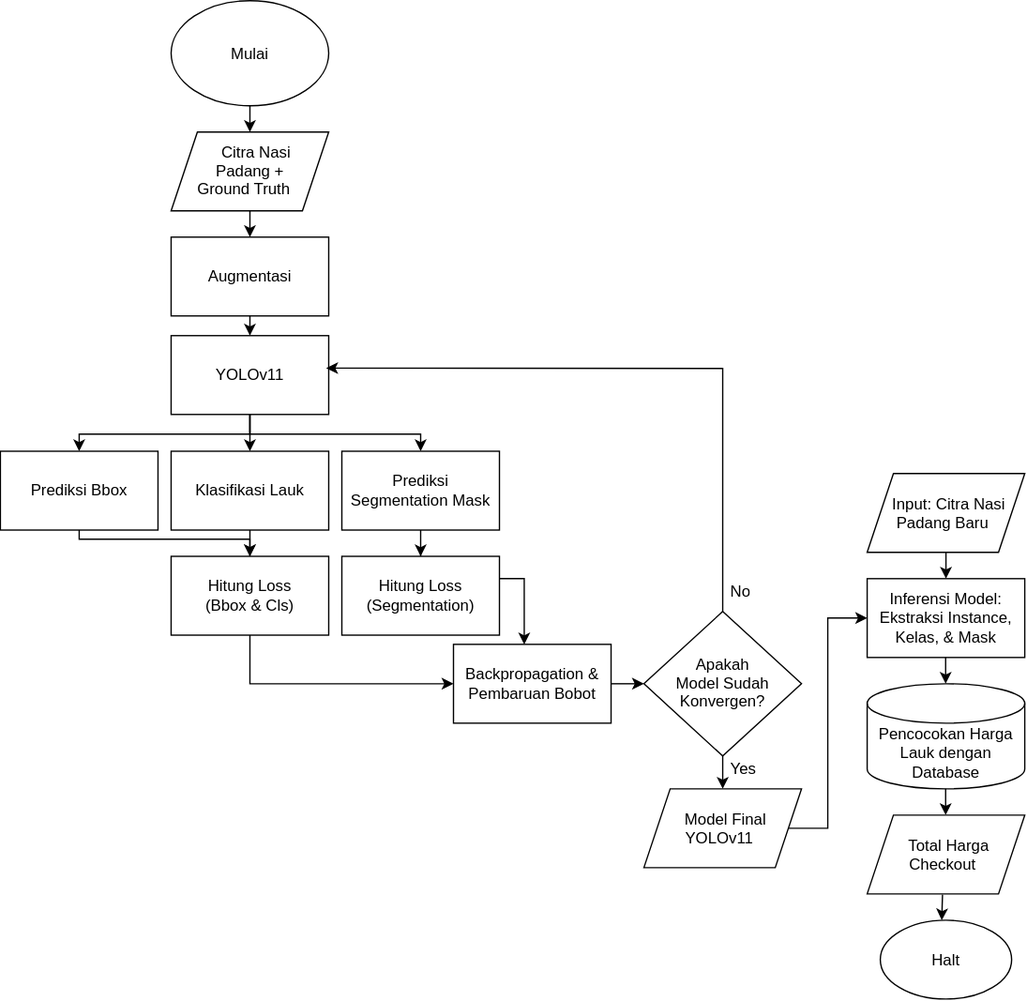
This is figures/alur_sistem.svg from MystiaFin/thesis, a draw.io export, as it was before one commit. Source tidied: cells renumbered, new cells last; positions are measured from the earlier drawing's top-left corner, leaving out a move shared by most shapes.
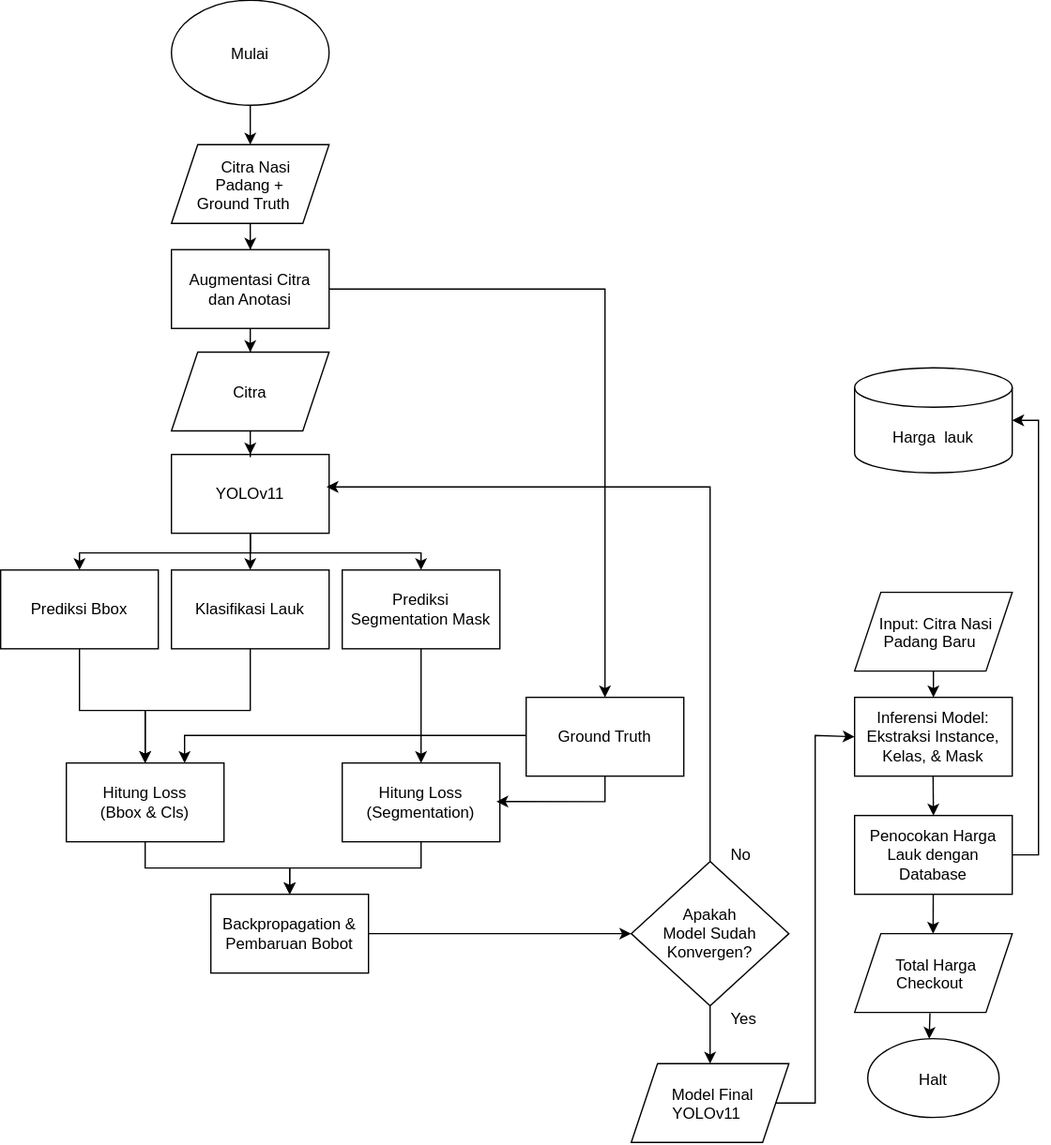
The same file after the commit.

Diff of the diagram source:
```diff
@@ -2,17 +2,26 @@
   <root>
     <mxCell id="0" />
     <mxCell id="1" parent="0" />
+    <mxCell id="10" style="edgeStyle=orthogonalEdgeStyle;rounded=0;jettySize=auto;html=1;entryX=0.5;entryY=0;entryDx=0;entryDy=0;" parent="1" edge="1" source="2" target="3">
+      <mxGeometry relative="1" as="geometry" />
+    </mxCell>
-    <mxCell id="2" value="&lt;span style=&quot;background-color: transparent; color: light-dark(rgb(0, 0, 0), rgb(255, 255, 255));&quot;&gt;Citra Nasi Padang + Ground Truth&lt;/span&gt;" style="shape=parallelogram;perimeter=parallelogramPerimeter;whiteSpace=wrap;html=1;shapeInside=1;fixedSize=1;" parent="1" vertex="1">
+    <mxCell id="2" value="&lt;span style=&quot;background-color: transparent; color: light-dark(rgb(0, 0, 0), rgb(255, 255, 255));&quot;&gt;Citra Nasi Padang&lt;/span&gt;&amp;nbsp;+ Ground Truth&lt;div&gt;&lt;br&gt;&lt;/div&gt;" style="shape=parallelogram;perimeter=parallelogramPerimeter;whiteSpace=wrap;html=1;shapeInside=1;fixedSize=1;" parent="1" vertex="1">
       <mxGeometry x="130" y="100" width="120" height="60" as="geometry" />
     </mxCell>
+    <mxCell id="41" style="edgeStyle=orthogonalEdgeStyle;rounded=0;jettySize=auto;html=1;entryX=0.5;entryY=0;entryDx=0;entryDy=0;" parent="1" edge="1" source="3" target="48">
+      <mxGeometry relative="1" as="geometry" />
+    </mxCell>
+    <mxCell id="42" style="edgeStyle=orthogonalEdgeStyle;rounded=0;jettySize=auto;html=1;" parent="1" edge="1" source="3" target="46">
+      <mxGeometry relative="1" as="geometry" />
+    </mxCell>
-    <mxCell id="3" value="Augmentasi" style="rounded=0;whiteSpace=wrap;html=1;" parent="1" vertex="1">
+    <mxCell id="3" value="&lt;div&gt;Augmentasi Citra&lt;/div&gt;&lt;div&gt;dan Anotasi&lt;/div&gt;" style="rounded=0;whiteSpace=wrap;html=1;" parent="1" vertex="1">
       <mxGeometry x="130" y="180" width="120" height="60" as="geometry" />
     </mxCell>
     <mxCell id="4" style="edgeStyle=orthogonalEdgeStyle;rounded=0;jettySize=auto;html=1;entryX=0.5;entryY=0;entryDx=0;entryDy=0;" parent="1" edge="1" source="7" target="36">
       <mxGeometry relative="1" as="geometry">
         <Array as="points">
-          <mxPoint x="190" y="330" />
-          <mxPoint x="60" y="330" />
+          <mxPoint x="190" y="411" />
+          <mxPoint x="60" y="411" />
         </Array>
       </mxGeometry>
     </mxCell>
@@ -22,86 +31,83 @@
     <mxCell id="6" style="edgeStyle=orthogonalEdgeStyle;rounded=0;jettySize=auto;html=1;entryX=0.5;entryY=0;entryDx=0;entryDy=0;" parent="1" edge="1" source="7" target="20">
       <mxGeometry relative="1" as="geometry">
         <Array as="points">
-          <mxPoint x="190" y="330" />
-          <mxPoint x="320" y="330" />
+          <mxPoint x="190" y="411" />
+          <mxPoint x="320" y="411" />
         </Array>
       </mxGeometry>
     </mxCell>
     <mxCell id="7" value="YOLOv11" style="rounded=0;whiteSpace=wrap;html=1;" parent="1" vertex="1">
-      <mxGeometry x="130" y="255" width="120" height="60" as="geometry" />
+      <mxGeometry x="130" y="336" width="120" height="60" as="geometry" />
     </mxCell>
+    <mxCell id="26" style="edgeStyle=orthogonalEdgeStyle;rounded=0;jettySize=auto;html=1;entryX=0;entryY=0.5;entryDx=0;entryDy=0;" parent="1" edge="1" source="8" target="9">
+      <mxGeometry relative="1" as="geometry" />
+    </mxCell>
     <mxCell id="8" value="Backpropagation &amp;amp; Pembaruan Bobot" style="rounded=0;whiteSpace=wrap;html=1;" parent="1" vertex="1">
-      <mxGeometry x="345" y="490" width="120" height="60" as="geometry" />
+      <mxGeometry x="160" y="671" width="120" height="60" as="geometry" />
     </mxCell>
     <mxCell id="9" value="Apakah Model Sudah Konvergen?" style="rhombus;whiteSpace=wrap;html=1;shapeInside=1;" parent="1" vertex="1">
-      <mxGeometry x="490" y="465" width="120" height="110" as="geometry" />
+      <mxGeometry x="480" y="646" width="120" height="110" as="geometry" />
     </mxCell>
-    <mxCell id="10" style="endArrow=classic;html=1;rounded=0;exitX=0.5;exitY=1;exitDx=0;exitDy=0;entryX=0.5;entryY=0;entryDx=0;entryDy=0;" parent="1" edge="1" source="2" target="3">
-      <mxGeometry relative="1" as="geometry" />
-    </mxCell>
-    <mxCell id="11" style="endArrow=classic;html=1;rounded=0;exitX=0.5;exitY=1;exitDx=0;exitDy=0;entryX=0.5;entryY=0;entryDx=0;entryDy=0;" parent="1" edge="1" source="3" target="7">
-      <mxGeometry relative="1" as="geometry" />
-    </mxCell>
     <mxCell id="12" value="Input: Citra Nasi Padang Baru" style="shape=parallelogram;perimeter=parallelogramPerimeter;whiteSpace=wrap;html=1;shapeInside=1;fixedSize=1;" parent="1" vertex="1">
-      <mxGeometry x="660" y="360" width="120" height="60" as="geometry" />
+      <mxGeometry x="650" y="441" width="120" height="60" as="geometry" />
     </mxCell>
     <mxCell id="13" value="Inferensi Model: Ekstraksi Instance, Kelas, &amp;amp; Mask" style="rounded=0;whiteSpace=wrap;html=1;" parent="1" vertex="1">
-      <mxGeometry x="660" y="440" width="120" height="60" as="geometry" />
+      <mxGeometry x="650" y="521" width="120" height="60" as="geometry" />
     </mxCell>
-    <mxCell id="14" value="Pencocokan Harga Lauk dengan Database" style="shape=cylinder3;whiteSpace=wrap;html=1;boundedLbl=1;backgroundOutline=1;size=15;" parent="1" vertex="1">
-      <mxGeometry x="660" y="520" width="120" height="80" as="geometry" />
+    <mxCell id="14" value="Harga&amp;nbsp; lauk" style="shape=cylinder3;whiteSpace=wrap;html=1;boundedLbl=1;backgroundOutline=1;size=15;" parent="1" vertex="1">
+      <mxGeometry x="650" y="270" width="120" height="80" as="geometry" />
     </mxCell>
     <mxCell id="15" value="Halt" style="ellipse;whiteSpace=wrap;html=1;shapeInside=1;" parent="1" vertex="1">
-      <mxGeometry x="670" y="700" width="100" height="60" as="geometry" />
+      <mxGeometry x="660" y="781" width="100" height="60" as="geometry" />
     </mxCell>
     <mxCell id="16" style="endArrow=classic;html=1;rounded=0;exitX=0.5;exitY=1;exitDx=0;exitDy=0;entryX=0.5;entryY=0;entryDx=0;entryDy=0;" parent="1" edge="1" source="12" target="13">
       <mxGeometry relative="1" as="geometry" />
     </mxCell>
-    <mxCell id="17" style="endArrow=classic;html=1;rounded=0;exitX=0.5;exitY=1;exitDx=0;exitDy=0;entryX=0.5;entryY=0;entryDx=0;entryDy=0;" parent="1" edge="1">
+    <mxCell id="17" style="endArrow=classic;html=1;rounded=0;exitX=0.5;exitY=1;exitDx=0;exitDy=0;entryX=0.5;entryY=0;entryDx=0;entryDy=0;" parent="1" edge="1" target="50">
       <mxGeometry relative="1" as="geometry">
-        <mxPoint x="719.8" y="500" as="sourcePoint" />
-        <mxPoint x="719.8" y="520" as="targetPoint" />
+        <mxPoint x="709.8" y="581" as="sourcePoint" />
       </mxGeometry>
     </mxCell>
-    <mxCell id="18" style="endArrow=classic;html=1;rounded=0;exitX=0.5;exitY=1;exitDx=0;exitDy=0;entryX=0.5;entryY=0;entryDx=0;entryDy=0;" parent="1" edge="1">
+    <mxCell id="18" style="endArrow=classic;html=1;rounded=0;entryX=0.5;entryY=0;entryDx=0;entryDy=0;" parent="1" edge="1" source="50">
       <mxGeometry relative="1" as="geometry">
-        <mxPoint x="719.8" y="600" as="sourcePoint" />
-        <mxPoint x="719.8" y="620" as="targetPoint" />
+        <mxPoint x="709.8" y="701" as="targetPoint" />
       </mxGeometry>
     </mxCell>
     <mxCell id="19" style="edgeStyle=orthogonalEdgeStyle;rounded=0;jettySize=auto;html=1;entryX=0.5;entryY=0;entryDx=0;entryDy=0;" parent="1" edge="1" source="20" target="40">
       <mxGeometry relative="1" as="geometry" />
     </mxCell>
     <mxCell id="20" value="Prediksi Segmentation Mask" style="rounded=0;whiteSpace=wrap;html=1;" parent="1" vertex="1">
-      <mxGeometry x="260" y="343" width="120" height="60" as="geometry" />
+      <mxGeometry x="260" y="424" width="120" height="60" as="geometry" />
     </mxCell>
     <mxCell id="21" style="edgeStyle=orthogonalEdgeStyle;rounded=0;jettySize=auto;html=1;" parent="1" edge="1" source="22" target="38">
-      <mxGeometry relative="1" as="geometry" />
+      <mxGeometry relative="1" as="geometry">
+        <Array as="points">
+          <mxPoint x="190" y="531" />
+          <mxPoint x="110" y="531" />
+        </Array>
+      </mxGeometry>
     </mxCell>
     <mxCell id="22" value="Klasifikasi Lauk" style="rounded=0;whiteSpace=wrap;html=1;" parent="1" vertex="1">
-      <mxGeometry x="130" y="343" width="120" height="60" as="geometry" />
+      <mxGeometry x="130" y="424" width="120" height="60" as="geometry" />
     </mxCell>
     <mxCell id="23" value="&amp;nbsp;" style="text;whiteSpace=wrap;html=1;" parent="1" vertex="1">
-      <mxGeometry x="190" y="610" width="40" height="40" as="geometry" />
+      <mxGeometry x="190" y="691" width="40" height="40" as="geometry" />
     </mxCell>
+    <mxCell id="25" style="edgeStyle=orthogonalEdgeStyle;rounded=0;jettySize=auto;html=1;entryX=0.5;entryY=0;entryDx=0;entryDy=0;" parent="1" edge="1" source="24" target="2">
+      <mxGeometry relative="1" as="geometry" />
+    </mxCell>
     <mxCell id="24" value="Mulai" style="ellipse;whiteSpace=wrap;html=1;shapeInside=1;" parent="1" vertex="1">
-      <mxGeometry x="130" width="120" height="80" as="geometry" />
+      <mxGeometry x="130" y="-10" width="120" height="80" as="geometry" />
     </mxCell>
-    <mxCell id="25" style="endArrow=classic;html=1;rounded=0;exitX=0.5;exitY=1;exitDx=0;exitDy=0;entryX=0.5;entryY=0;entryDx=0;entryDy=0;" parent="1" edge="1" source="24" target="2">
-      <mxGeometry relative="1" as="geometry" />
-    </mxCell>
-    <mxCell id="26" style="endArrow=classic;html=1;rounded=0;entryX=0;entryY=0.5;entryDx=0;entryDy=0;exitX=1;exitY=0.5;exitDx=0;exitDy=0;" parent="1" edge="1" source="8" target="9">
-      <mxGeometry relative="1" as="geometry" />
-    </mxCell>
     <mxCell id="27" style="endArrow=classic;html=1;rounded=0;exitX=0.5;exitY=0;exitDx=0;exitDy=0;entryX=0.984;entryY=0.412;entryDx=0;entryDy=0;entryPerimeter=0;" parent="1" edge="1" source="9" target="7">
       <mxGeometry relative="1" as="geometry">
         <Array as="points">
-          <mxPoint x="550" y="280" />
+          <mxPoint x="540" y="360.7" />
         </Array>
       </mxGeometry>
     </mxCell>
     <mxCell id="28" value="Model Final YOLOv11" style="shape=parallelogram;perimeter=parallelogramPerimeter;whiteSpace=wrap;html=1;shapeInside=1;fixedSize=1;" parent="1" vertex="1">
-      <mxGeometry x="490" y="600" width="120" height="60" as="geometry" />
+      <mxGeometry x="480" y="800" width="120" height="60" as="geometry" />
     </mxCell>
     <mxCell id="29" style="endArrow=classic;html=1;rounded=0;exitX=0.5;exitY=1;exitDx=0;exitDy=0;entryX=0.5;entryY=0;entryDx=0;entryDy=0;" parent="1" edge="1" source="9" target="28">
       <mxGeometry relative="1" as="geometry" />
@@ -109,53 +115,98 @@
     <mxCell id="30" style="endArrow=classic;html=1;rounded=0;exitX=1;exitY=0.5;exitDx=0;exitDy=0;entryX=0;entryY=0.5;entryDx=0;entryDy=0;" parent="1" edge="1" source="28" target="13">
       <mxGeometry relative="1" as="geometry">
         <Array as="points">
-          <mxPoint x="630" y="630" />
-          <mxPoint x="630" y="470" />
+          <mxPoint x="620" y="830" />
+          <mxPoint x="620" y="550" />
         </Array>
       </mxGeometry>
     </mxCell>
     <mxCell id="31" value="Total Harga Checkout" style="shape=parallelogram;perimeter=parallelogramPerimeter;whiteSpace=wrap;html=1;shapeInside=1;fixedSize=1;" parent="1" vertex="1">
-      <mxGeometry x="660" y="620" width="120" height="60" as="geometry" />
+      <mxGeometry x="650" y="701" width="120" height="60" as="geometry" />
     </mxCell>
     <mxCell id="32" style="endArrow=classic;html=1;rounded=0;exitX=0.478;exitY=1.009;exitDx=0;exitDy=0;exitPerimeter=0;entryX=0.468;entryY=0.001;entryDx=0;entryDy=0;entryPerimeter=0;" parent="1" edge="1" source="31" target="15">
       <mxGeometry relative="1" as="geometry" />
     </mxCell>
     <mxCell id="33" value="Yes" style="text;strokeColor=none;fillColor=none;align=left;verticalAlign=middle;spacingLeft=4;spacingRight=4;overflow=hidden;whiteSpace=wrap;html=1;" parent="1" vertex="1">
-      <mxGeometry x="550" y="570" width="80" height="30" as="geometry" />
+      <mxGeometry x="550" y="751" width="80" height="30" as="geometry" />
     </mxCell>
     <mxCell id="34" value="No" style="text;strokeColor=none;fillColor=none;align=left;verticalAlign=middle;spacingLeft=4;spacingRight=4;overflow=hidden;whiteSpace=wrap;html=1;" parent="1" vertex="1">
-      <mxGeometry x="550" y="435" width="80" height="30" as="geometry" />
+      <mxGeometry x="550" y="626" width="80" height="30" as="geometry" />
     </mxCell>
     <mxCell id="35" style="edgeStyle=orthogonalEdgeStyle;rounded=0;jettySize=auto;html=1;" parent="1" edge="1" source="36" target="38">
       <mxGeometry relative="1" as="geometry">
         <Array as="points">
-          <mxPoint x="60" y="410" />
-          <mxPoint x="190" y="410" />
+          <mxPoint x="60" y="531" />
+          <mxPoint x="110" y="531" />
         </Array>
       </mxGeometry>
     </mxCell>
     <mxCell id="36" value="Prediksi Bbox" style="rounded=0;whiteSpace=wrap;html=1;" parent="1" vertex="1">
-      <mxGeometry y="343" width="120" height="60" as="geometry" />
+      <mxGeometry y="424" width="120" height="60" as="geometry" />
     </mxCell>
-    <mxCell id="37" style="edgeStyle=orthogonalEdgeStyle;rounded=0;jettySize=auto;html=1;entryX=0;entryY=0.5;entryDx=0;entryDy=0;" parent="1" edge="1" source="38" target="8">
+    <mxCell id="37" style="edgeStyle=orthogonalEdgeStyle;rounded=0;jettySize=auto;html=1;entryX=0.5;entryY=0;entryDx=0;entryDy=0;" parent="1" edge="1" source="38" target="8">
       <mxGeometry relative="1" as="geometry">
         <Array as="points">
-          <mxPoint x="190" y="520" />
+          <mxPoint x="110" y="651" />
+          <mxPoint x="220" y="651" />
         </Array>
       </mxGeometry>
     </mxCell>
     <mxCell id="38" value="Hitung Loss&lt;div&gt;(Bbox &amp;amp; Cls)&lt;/div&gt;" style="rounded=0;whiteSpace=wrap;html=1;" parent="1" vertex="1">
-      <mxGeometry x="130" y="423" width="120" height="60" as="geometry" />
+      <mxGeometry x="50" y="571" width="120" height="60" as="geometry" />
     </mxCell>
-    <mxCell id="39" style="edgeStyle=orthogonalEdgeStyle;rounded=0;jettySize=auto;html=1;entryX=0.449;entryY=0.002;entryDx=0;entryDy=0;entryPerimeter=0;" parent="1" edge="1" source="40" target="8">
+    <mxCell id="39" style="edgeStyle=orthogonalEdgeStyle;rounded=0;jettySize=auto;html=1;" parent="1" edge="1" source="40" target="8">
       <mxGeometry relative="1" as="geometry">
         <Array as="points">
-          <mxPoint x="398.9" y="440" />
+          <mxPoint x="320" y="651" />
+          <mxPoint x="220" y="651" />
         </Array>
       </mxGeometry>
     </mxCell>
     <mxCell id="40" value="Hitung Loss&lt;div&gt;(Segmentation)&lt;/div&gt;" style="rounded=0;whiteSpace=wrap;html=1;" parent="1" vertex="1">
-      <mxGeometry x="260" y="423" width="120" height="60" as="geometry" />
+      <mxGeometry x="260" y="571" width="120" height="60" as="geometry" />
     </mxCell>
+    <mxCell id="43" style="edgeStyle=orthogonalEdgeStyle;rounded=0;jettySize=auto;html=1;entryX=0.75;entryY=0;entryDx=0;entryDy=0;" parent="1" edge="1" target="38">
+      <mxGeometry relative="1" as="geometry">
+        <mxPoint x="410" y="541" as="sourcePoint" />
+        <Array as="points">
+          <mxPoint x="410" y="550" />
+          <mxPoint x="140" y="550" />
+        </Array>
+      </mxGeometry>
+    </mxCell>
+    <mxCell id="44" value="&amp;nbsp;" style="text;whiteSpace=wrap;html=1;" parent="1" vertex="1">
+      <mxGeometry x="60" y="431" width="40" height="40" as="geometry" />
+    </mxCell>
+    <mxCell id="45" style="edgeStyle=orthogonalEdgeStyle;rounded=0;jettySize=auto;html=1;entryX=0.978;entryY=0.49;entryDx=0;entryDy=0;entryPerimeter=0;" parent="1" edge="1" target="40">
+      <mxGeometry relative="1" as="geometry">
+        <mxPoint x="460" y="571" as="sourcePoint" />
+        <Array as="points">
+          <mxPoint x="460" y="600.4" />
+        </Array>
+      </mxGeometry>
+    </mxCell>
+    <mxCell id="46" value="&lt;div&gt;Ground Truth&lt;/div&gt;" style="rounded=0;whiteSpace=wrap;html=1;" parent="1" vertex="1">
+      <mxGeometry x="400" y="521" width="120" height="60" as="geometry" />
+    </mxCell>
+    <mxCell id="47" style="edgeStyle=orthogonalEdgeStyle;rounded=0;jettySize=auto;html=1;entryX=0.5;entryY=0;entryDx=0;entryDy=0;" parent="1" edge="1" source="48" target="7">
+      <mxGeometry relative="1" as="geometry" />
+    </mxCell>
+    <mxCell id="48" value="Citra" style="shape=parallelogram;perimeter=parallelogramPerimeter;whiteSpace=wrap;html=1;shapeInside=1;fixedSize=1;" parent="1" vertex="1">
+      <mxGeometry x="130" y="258" width="120" height="60" as="geometry" />
+    </mxCell>
+    <mxCell id="49" value="&amp;nbsp;" style="text;whiteSpace=wrap;html=1;" parent="1" vertex="1">
+      <mxGeometry x="340" y="180" width="40" height="40" as="geometry" />
+    </mxCell>
+    <mxCell id="50" value="Penocokan Harga Lauk dengan Database" style="rounded=0;whiteSpace=wrap;html=1;" parent="1" vertex="1">
+      <mxGeometry x="650" y="611" width="120" height="60" as="geometry" />
+    </mxCell>
+    <mxCell id="51" style="edgeStyle=orthogonalEdgeStyle;rounded=0;jettySize=auto;html=1;entryX=1;entryY=0.5;entryDx=0;entryDy=0;entryPerimeter=0;" parent="1" edge="1" source="50" target="14">
+      <mxGeometry relative="1" as="geometry">
+        <Array as="points">
+          <mxPoint x="790" y="641" />
+          <mxPoint x="790" y="310" />
+        </Array>
+      </mxGeometry>
+    </mxCell>
   </root>
 </mxGraphModel>
```
